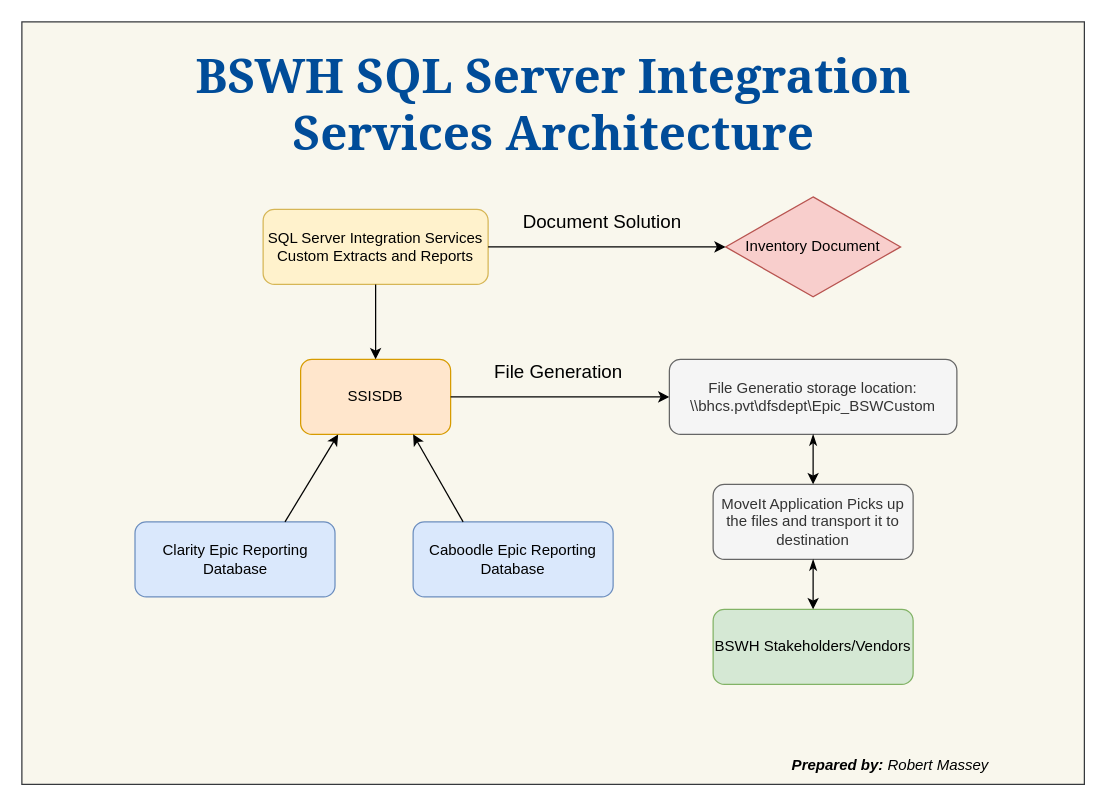
Before: page "SSIS Custom Extracts System Architecture" (3 of 4) of Copy of BSWH SSIS Operational Run Diagrams.drawio in MasseyConsultants/Robert-Massey-Bytewise-consultants-LLC, a draw.io diagram. Source tidied: cells renumbered, new cells numbered last; positions are measured from the earlier drawing's top-left corner, leaving out a move shared by most shapes. Both pictures are drawn from the tidied source at 125%, with x=0, y=0 at pixel (21, 21).
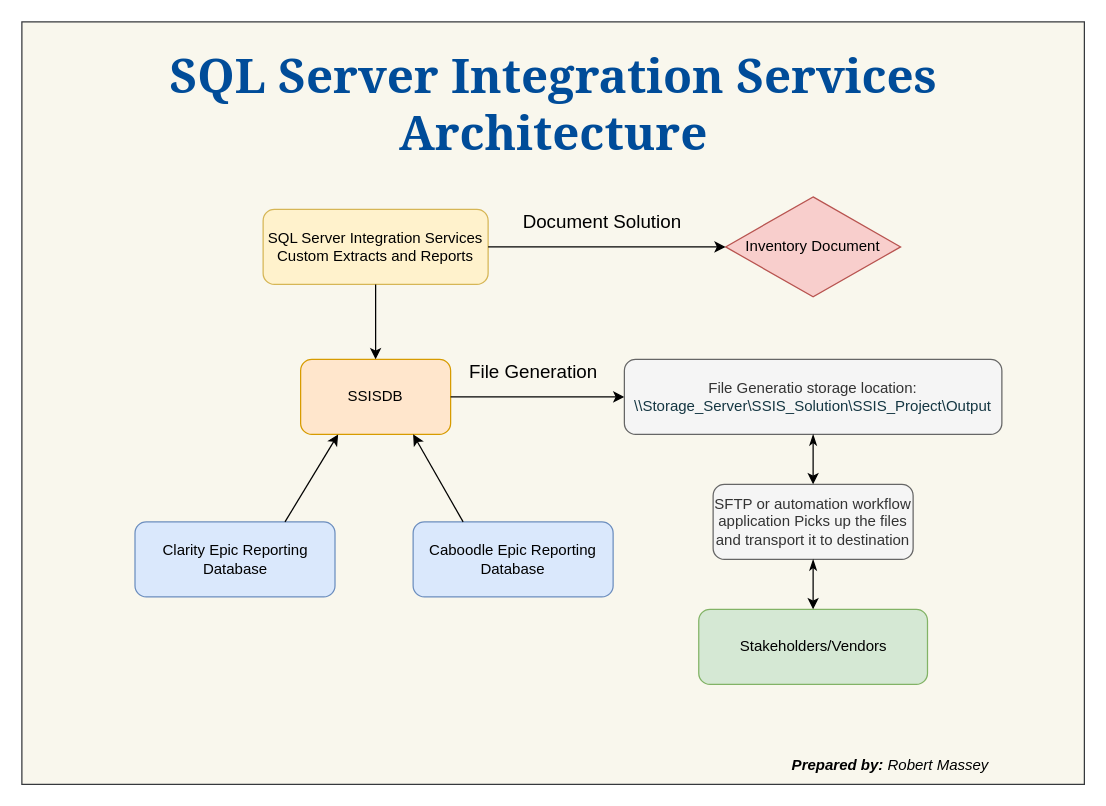
The same page after the edit.

Commit message (it also covers changes not shown here):
Update SSIS Operational Run Diagrams.drawio

What changed in the source:
```diff
@@
-    <mxCell id="7" value="MoveIt Application Picks up the files and transport it to destination" style="rounded=1;whiteSpace=wrap;html=1;fillColor=#f5f5f5;fontColor=#333333;strokeColor=#666666;" parent="1" vertex="1">
+    <mxCell id="7" value="SFTP or automation workflow application Picks up the files and transport it to destination" style="rounded=1;whiteSpace=wrap;html=1;fillColor=#f5f5f5;fontColor=#333333;strokeColor=#666666;" parent="1" vertex="1">
       <mxGeometry x="553" y="370" width="160" height="60" as="geometry" />
     </mxCell>
-    <mxCell id="8" value="BSWH Stakeholders/Vendors" style="rounded=1;whiteSpace=wrap;html=1;fillColor=#d5e8d4;strokeColor=#82b366;" parent="1" vertex="1">
-      <mxGeometry x="553" y="470" width="160" height="60" as="geometry" />
+    <mxCell id="8" value="Stakeholders/Vendors" style="rounded=1;whiteSpace=wrap;html=1;fillColor=#d5e8d4;strokeColor=#82b366;" parent="1" vertex="1">
+      <mxGeometry x="541.5" y="470" width="183" height="60" as="geometry" />
     </mxCell>
@@
-    <mxCell id="16" value="File Generatio storage location:&lt;br&gt;\\bhcs.pvt\dfsdept\Epic_BSWCustom" style="rounded=1;whiteSpace=wrap;html=1;fillColor=#f5f5f5;fontColor=#333333;strokeColor=#666666;" parent="1" vertex="1">
-      <mxGeometry x="518" y="270" width="230" height="60" as="geometry" />
+    <mxCell id="16" value="File Generatio storage location:&lt;br&gt;&lt;span style=&quot;color: rgb(20, 54, 66);&quot;&gt;\\Storage_Server\SSIS_Solution\SSIS_Project\Output&lt;/span&gt;" style="rounded=1;whiteSpace=wrap;html=1;fillColor=#f5f5f5;fontColor=#333333;strokeColor=#666666;" parent="1" vertex="1">
+      <mxGeometry x="482" y="270" width="302" height="60" as="geometry" />
     </mxCell>
@@
-    <mxCell id="20" value="BSWH SQL Server Integration Services Architecture" style="text;html=1;align=center;verticalAlign=middle;whiteSpace=wrap;rounded=0;fontColor=#004C99;fontStyle=1;fontSize=38;fontFamily=Georgia;" parent="1" vertex="1">
+    <mxCell id="20" value="SQL Server Integration Services Architecture" style="text;html=1;align=center;verticalAlign=middle;whiteSpace=wrap;rounded=0;fontColor=#004C99;fontStyle=1;fontSize=38;fontFamily=Georgia;" parent="1" vertex="1">
       <mxGeometry x="103" y="50" width="645" height="30" as="geometry" />
     </mxCell>
```
